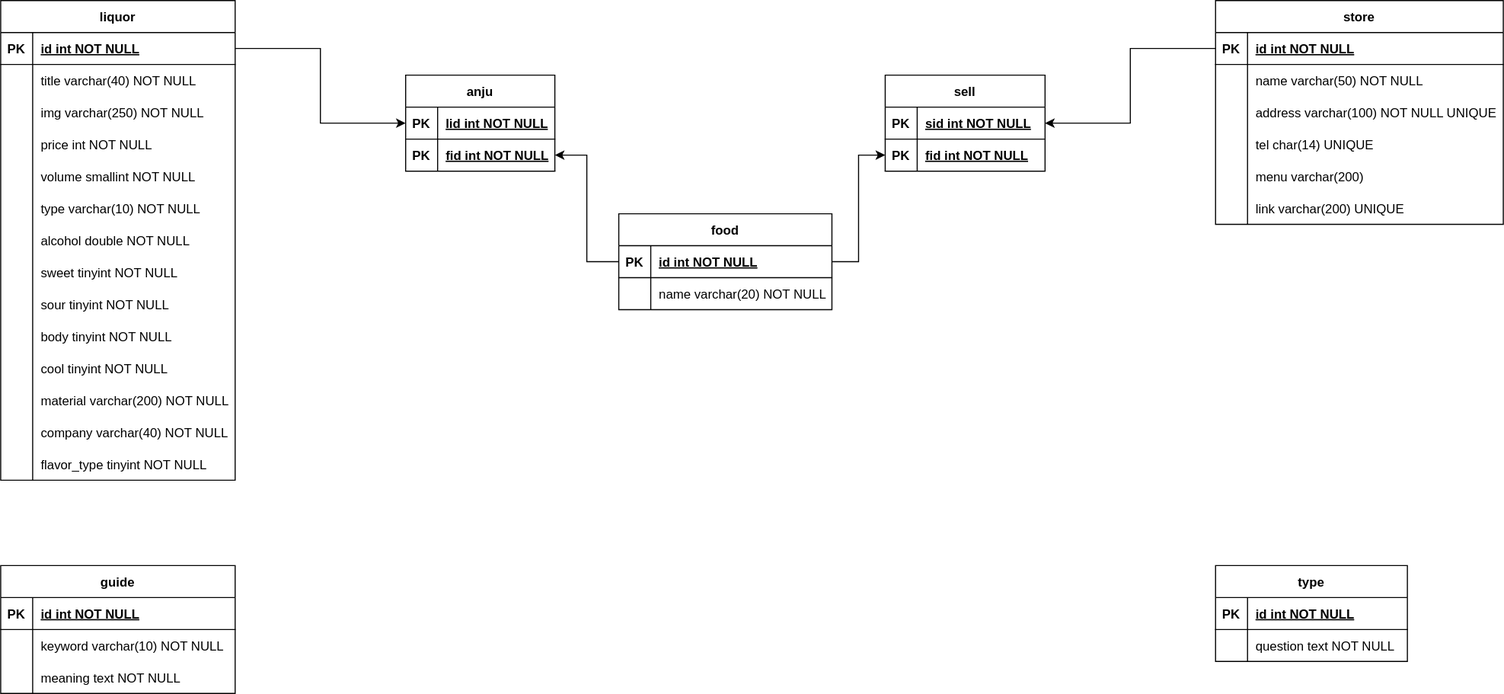
The draw.io diagram docs/data/ERD.svg in byh9811/traditional-liquor-recommendation-service, before a commit. Source tidied: cells renumbered, new cells last; positions are measured from the earlier drawing's top-left corner, leaving out a move shared by most shapes.
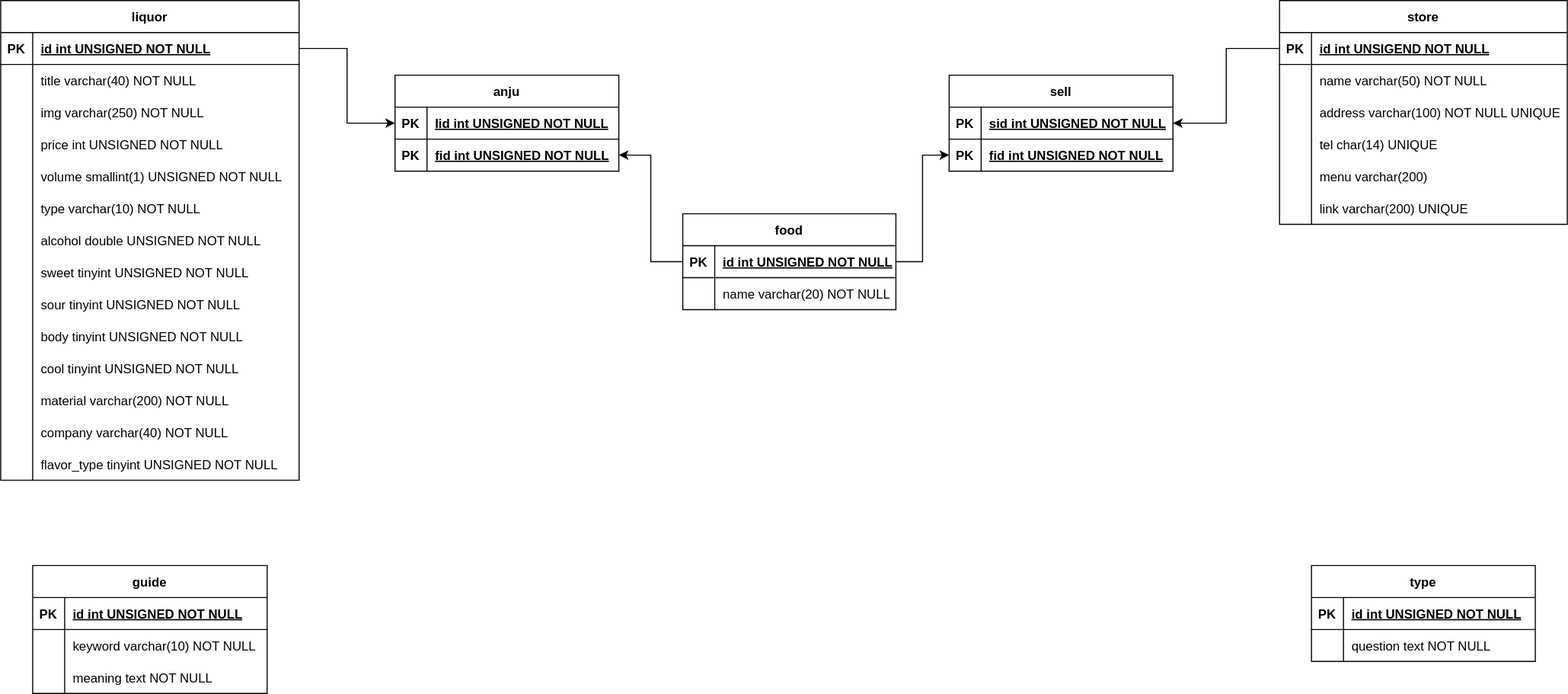
The same file after the commit.

The edit, as a diff of the source:
```diff
@@ -5,6 +5,6 @@
     <mxCell id="2" value="liquor" style="shape=table;startSize=30;rowLines=0;fontStyle=1;align=center;" parent="1" vertex="1">
-      <mxGeometry width="220" height="450" as="geometry" />
+      <mxGeometry x="-60" width="280" height="450" as="geometry" />
     </mxCell>
     <mxCell id="3" style="shape=partialRectangle;fillColor=none;points=[[0,0.5],[1,0.5]];portConstraint=eastwest;top=0;left=0;right=0;bottom=1;" parent="2" vertex="1">
-      <mxGeometry y="30" width="220" height="30" as="geometry" />
+      <mxGeometry y="30" width="280" height="30" as="geometry" />
     </mxCell>
@@ -13,7 +13,7 @@
     </mxCell>
-    <mxCell id="5" value="id int NOT NULL " style="shape=partialRectangle;overflow=hidden;fillColor=none;top=0;left=0;bottom=0;right=0;align=left;spacingLeft=6;fontStyle=5;" parent="3" vertex="1">
-      <mxGeometry x="30" width="190" height="30" as="geometry" />
+    <mxCell id="5" value="id int UNSIGNED NOT NULL " style="shape=partialRectangle;overflow=hidden;fillColor=none;top=0;left=0;bottom=0;right=0;align=left;spacingLeft=6;fontStyle=5;" parent="3" vertex="1">
+      <mxGeometry x="30" width="250" height="30" as="geometry" />
     </mxCell>
     <mxCell id="6" style="shape=partialRectangle;fillColor=none;top=0;left=0;right=0;bottom=0;" parent="2" vertex="1">
-      <mxGeometry y="60" width="220" height="30" as="geometry" />
+      <mxGeometry y="60" width="280" height="30" as="geometry" />
     </mxCell>
@@ -23,6 +23,6 @@
     <mxCell id="8" value="title varchar(40) NOT NULL" style="shape=partialRectangle;overflow=hidden;fillColor=none;top=0;left=0;bottom=0;right=0;align=left;spacingLeft=6;" parent="6" vertex="1">
-      <mxGeometry x="30" width="190" height="30" as="geometry" />
+      <mxGeometry x="30" width="250" height="30" as="geometry" />
     </mxCell>
     <mxCell id="9" style="shape=partialRectangle;fillColor=none;top=0;left=0;right=0;bottom=0;" parent="2" vertex="1">
-      <mxGeometry y="90" width="220" height="30" as="geometry" />
+      <mxGeometry y="90" width="280" height="30" as="geometry" />
     </mxCell>
@@ -32,6 +32,6 @@
     <mxCell id="11" value="img varchar(250) NOT NULL" style="shape=partialRectangle;overflow=hidden;fillColor=none;top=0;left=0;bottom=0;right=0;align=left;spacingLeft=6;" parent="9" vertex="1">
-      <mxGeometry x="30" width="190" height="30" as="geometry" />
+      <mxGeometry x="30" width="250" height="30" as="geometry" />
     </mxCell>
     <mxCell id="12" style="shape=partialRectangle;fillColor=none;top=0;left=0;right=0;bottom=0;" parent="2" vertex="1">
-      <mxGeometry y="120" width="220" height="30" as="geometry" />
+      <mxGeometry y="120" width="280" height="30" as="geometry" />
     </mxCell>
@@ -40,7 +40,7 @@
     </mxCell>
-    <mxCell id="14" value="price int NOT NULL" style="shape=partialRectangle;overflow=hidden;fillColor=none;top=0;left=0;bottom=0;right=0;align=left;spacingLeft=6;" parent="12" vertex="1">
-      <mxGeometry x="30" width="190" height="30" as="geometry" />
+    <mxCell id="14" value="price int UNSIGNED NOT NULL" style="shape=partialRectangle;overflow=hidden;fillColor=none;top=0;left=0;bottom=0;right=0;align=left;spacingLeft=6;" parent="12" vertex="1">
+      <mxGeometry x="30" width="250" height="30" as="geometry" />
     </mxCell>
     <mxCell id="15" style="shape=partialRectangle;fillColor=none;top=0;left=0;right=0;bottom=0;" parent="2" vertex="1">
-      <mxGeometry y="150" width="220" height="30" as="geometry" />
+      <mxGeometry y="150" width="280" height="30" as="geometry" />
     </mxCell>
@@ -49,7 +49,7 @@
     </mxCell>
-    <mxCell id="17" value="volume smallint NOT NULL" style="shape=partialRectangle;overflow=hidden;fillColor=none;top=0;left=0;bottom=0;right=0;align=left;spacingLeft=6;" parent="15" vertex="1">
-      <mxGeometry x="30" width="190" height="30" as="geometry" />
+    <mxCell id="17" value="volume smallint(1) UNSIGNED NOT NULL" style="shape=partialRectangle;overflow=hidden;fillColor=none;top=0;left=0;bottom=0;right=0;align=left;spacingLeft=6;" parent="15" vertex="1">
+      <mxGeometry x="30" width="250" height="30" as="geometry" />
     </mxCell>
     <mxCell id="18" style="shape=partialRectangle;fillColor=none;top=0;left=0;right=0;bottom=0;" parent="2" vertex="1">
-      <mxGeometry y="180" width="220" height="30" as="geometry" />
+      <mxGeometry y="180" width="280" height="30" as="geometry" />
     </mxCell>
@@ -59,6 +59,6 @@
     <mxCell id="20" value="type varchar(10) NOT NULL" style="shape=partialRectangle;overflow=hidden;fillColor=none;top=0;left=0;bottom=0;right=0;align=left;spacingLeft=6;" parent="18" vertex="1">
-      <mxGeometry x="30" width="190" height="30" as="geometry" />
+      <mxGeometry x="30" width="250" height="30" as="geometry" />
     </mxCell>
     <mxCell id="21" style="shape=partialRectangle;fillColor=none;top=0;left=0;right=0;bottom=0;" parent="2" vertex="1">
-      <mxGeometry y="210" width="220" height="30" as="geometry" />
+      <mxGeometry y="210" width="280" height="30" as="geometry" />
     </mxCell>
@@ -67,7 +67,7 @@
     </mxCell>
-    <mxCell id="23" value="alcohol double NOT NULL" style="shape=partialRectangle;overflow=hidden;fillColor=none;top=0;left=0;bottom=0;right=0;align=left;spacingLeft=6;" parent="21" vertex="1">
-      <mxGeometry x="30" width="190" height="30" as="geometry" />
+    <mxCell id="23" value="alcohol double UNSIGNED NOT NULL" style="shape=partialRectangle;overflow=hidden;fillColor=none;top=0;left=0;bottom=0;right=0;align=left;spacingLeft=6;" parent="21" vertex="1">
+      <mxGeometry x="30" width="250" height="30" as="geometry" />
     </mxCell>
     <mxCell id="24" style="shape=partialRectangle;fillColor=none;top=0;left=0;right=0;bottom=0;" parent="2" vertex="1">
-      <mxGeometry y="240" width="220" height="30" as="geometry" />
+      <mxGeometry y="240" width="280" height="30" as="geometry" />
     </mxCell>
@@ -76,7 +76,7 @@
     </mxCell>
-    <mxCell id="26" value="sweet tinyint NOT NULL" style="shape=partialRectangle;overflow=hidden;fillColor=none;top=0;left=0;bottom=0;right=0;align=left;spacingLeft=6;" parent="24" vertex="1">
-      <mxGeometry x="30" width="190" height="30" as="geometry" />
+    <mxCell id="26" value="sweet tinyint UNSIGNED NOT NULL" style="shape=partialRectangle;overflow=hidden;fillColor=none;top=0;left=0;bottom=0;right=0;align=left;spacingLeft=6;" parent="24" vertex="1">
+      <mxGeometry x="30" width="250" height="30" as="geometry" />
     </mxCell>
     <mxCell id="27" style="shape=partialRectangle;fillColor=none;top=0;left=0;right=0;bottom=0;" parent="2" vertex="1">
-      <mxGeometry y="270" width="220" height="30" as="geometry" />
+      <mxGeometry y="270" width="280" height="30" as="geometry" />
     </mxCell>
@@ -85,7 +85,7 @@
     </mxCell>
-    <mxCell id="29" value="sour tinyint NOT NULL" style="shape=partialRectangle;overflow=hidden;fillColor=none;top=0;left=0;bottom=0;right=0;align=left;spacingLeft=6;" parent="27" vertex="1">
-      <mxGeometry x="30" width="190" height="30" as="geometry" />
+    <mxCell id="29" value="sour tinyint UNSIGNED NOT NULL" style="shape=partialRectangle;overflow=hidden;fillColor=none;top=0;left=0;bottom=0;right=0;align=left;spacingLeft=6;" parent="27" vertex="1">
+      <mxGeometry x="30" width="250" height="30" as="geometry" />
     </mxCell>
     <mxCell id="30" style="shape=partialRectangle;fillColor=none;top=0;left=0;right=0;bottom=0;" parent="2" vertex="1">
-      <mxGeometry y="300" width="220" height="30" as="geometry" />
+      <mxGeometry y="300" width="280" height="30" as="geometry" />
     </mxCell>
@@ -94,7 +94,7 @@
     </mxCell>
-    <mxCell id="32" value="body tinyint NOT NULL" style="shape=partialRectangle;overflow=hidden;fillColor=none;top=0;left=0;bottom=0;right=0;align=left;spacingLeft=6;" parent="30" vertex="1">
-      <mxGeometry x="30" width="190" height="30" as="geometry" />
+    <mxCell id="32" value="body tinyint UNSIGNED NOT NULL" style="shape=partialRectangle;overflow=hidden;fillColor=none;top=0;left=0;bottom=0;right=0;align=left;spacingLeft=6;" parent="30" vertex="1">
+      <mxGeometry x="30" width="250" height="30" as="geometry" />
     </mxCell>
     <mxCell id="33" style="shape=partialRectangle;fillColor=none;top=0;left=0;right=0;bottom=0;" parent="2" vertex="1">
-      <mxGeometry y="330" width="220" height="30" as="geometry" />
+      <mxGeometry y="330" width="280" height="30" as="geometry" />
     </mxCell>
@@ -103,7 +103,7 @@
     </mxCell>
-    <mxCell id="35" value="cool tinyint NOT NULL" style="shape=partialRectangle;overflow=hidden;fillColor=none;top=0;left=0;bottom=0;right=0;align=left;spacingLeft=6;" parent="33" vertex="1">
-      <mxGeometry x="30" width="190" height="30" as="geometry" />
+    <mxCell id="35" value="cool tinyint UNSIGNED NOT NULL" style="shape=partialRectangle;overflow=hidden;fillColor=none;top=0;left=0;bottom=0;right=0;align=left;spacingLeft=6;" parent="33" vertex="1">
+      <mxGeometry x="30" width="250" height="30" as="geometry" />
     </mxCell>
     <mxCell id="36" style="shape=partialRectangle;fillColor=none;top=0;left=0;right=0;bottom=0;" parent="2" vertex="1">
-      <mxGeometry y="360" width="220" height="30" as="geometry" />
+      <mxGeometry y="360" width="280" height="30" as="geometry" />
     </mxCell>
@@ -113,6 +113,6 @@
     <mxCell id="38" value="material varchar(200) NOT NULL" style="shape=partialRectangle;overflow=hidden;fillColor=none;top=0;left=0;bottom=0;right=0;align=left;spacingLeft=6;" parent="36" vertex="1">
-      <mxGeometry x="30" width="190" height="30" as="geometry" />
+      <mxGeometry x="30" width="250" height="30" as="geometry" />
     </mxCell>
     <mxCell id="39" style="shape=partialRectangle;fillColor=none;top=0;left=0;right=0;bottom=0;" parent="2" vertex="1">
-      <mxGeometry y="390" width="220" height="30" as="geometry" />
+      <mxGeometry y="390" width="280" height="30" as="geometry" />
     </mxCell>
@@ -122,6 +122,6 @@
     <mxCell id="41" value="company varchar(40) NOT NULL" style="shape=partialRectangle;overflow=hidden;fillColor=none;top=0;left=0;bottom=0;right=0;align=left;spacingLeft=6;" parent="39" vertex="1">
-      <mxGeometry x="30" width="190" height="30" as="geometry" />
+      <mxGeometry x="30" width="250" height="30" as="geometry" />
     </mxCell>
     <mxCell id="42" style="shape=partialRectangle;fillColor=none;top=0;left=0;right=0;bottom=0;" parent="2" vertex="1">
-      <mxGeometry y="420" width="220" height="30" as="geometry" />
+      <mxGeometry y="420" width="280" height="30" as="geometry" />
     </mxCell>
@@ -130,7 +130,7 @@
     </mxCell>
-    <mxCell id="44" value="flavor_type tinyint NOT NULL" style="shape=partialRectangle;overflow=hidden;fillColor=none;top=0;left=0;bottom=0;right=0;align=left;spacingLeft=6;" parent="42" vertex="1">
-      <mxGeometry x="30" width="190" height="30" as="geometry" />
+    <mxCell id="44" value="flavor_type tinyint UNSIGNED NOT NULL" style="shape=partialRectangle;overflow=hidden;fillColor=none;top=0;left=0;bottom=0;right=0;align=left;spacingLeft=6;" parent="42" vertex="1">
+      <mxGeometry x="30" width="250" height="30" as="geometry" />
     </mxCell>
     <mxCell id="45" value="guide" style="shape=table;startSize=30;rowLines=0;fontStyle=1;align=center;" parent="1" vertex="1">
-      <mxGeometry y="530" width="220" height="120" as="geometry" />
+      <mxGeometry x="-30" y="530" width="220" height="120" as="geometry" />
     </mxCell>
@@ -142,3 +142,3 @@
     </mxCell>
-    <mxCell id="48" value="id int NOT NULL " style="shape=partialRectangle;overflow=hidden;fillColor=none;top=0;left=0;bottom=0;right=0;align=left;spacingLeft=6;fontStyle=5;" parent="46" vertex="1">
+    <mxCell id="48" value="id int UNSIGNED NOT NULL " style="shape=partialRectangle;overflow=hidden;fillColor=none;top=0;left=0;bottom=0;right=0;align=left;spacingLeft=6;fontStyle=5;" parent="46" vertex="1">
       <mxGeometry x="30" width="190" height="30" as="geometry" />
@@ -172,3 +172,3 @@
     </mxCell>
-    <mxCell id="58" value="id int NOT NULL " style="shape=partialRectangle;overflow=hidden;fillColor=none;top=0;left=0;bottom=0;right=0;align=left;spacingLeft=6;fontStyle=5;" parent="56" vertex="1">
+    <mxCell id="58" value="id int UNSIGEND NOT NULL " style="shape=partialRectangle;overflow=hidden;fillColor=none;top=0;left=0;bottom=0;right=0;align=left;spacingLeft=6;fontStyle=5;" parent="56" vertex="1">
       <mxGeometry x="30" width="240" height="30" as="geometry" />
@@ -221,6 +221,6 @@
     <mxCell id="74" value="type" style="shape=table;startSize=30;rowLines=0;fontStyle=1;align=center;" parent="1" vertex="1">
-      <mxGeometry x="1140" y="530" width="180" height="90" as="geometry" />
+      <mxGeometry x="1170" y="530" width="210" height="90" as="geometry" />
     </mxCell>
     <mxCell id="75" style="shape=partialRectangle;fillColor=none;top=0;left=0;right=0;bottom=1;" parent="74" vertex="1">
-      <mxGeometry y="30" width="180" height="30" as="geometry" />
+      <mxGeometry y="30" width="210" height="30" as="geometry" />
     </mxCell>
@@ -229,7 +229,7 @@
     </mxCell>
-    <mxCell id="77" value="id int NOT NULL " style="shape=partialRectangle;overflow=hidden;fillColor=none;top=0;left=0;bottom=0;right=0;align=left;spacingLeft=6;fontStyle=5;" parent="75" vertex="1">
-      <mxGeometry x="30" width="150" height="30" as="geometry" />
+    <mxCell id="77" value="id int UNSIGNED NOT NULL " style="shape=partialRectangle;overflow=hidden;fillColor=none;top=0;left=0;bottom=0;right=0;align=left;spacingLeft=6;fontStyle=5;" parent="75" vertex="1">
+      <mxGeometry x="30" width="180" height="30" as="geometry" />
     </mxCell>
     <mxCell id="78" style="shape=partialRectangle;fillColor=none;top=0;left=0;right=0;bottom=0;" parent="74" vertex="1">
-      <mxGeometry y="60" width="180" height="30" as="geometry" />
+      <mxGeometry y="60" width="210" height="30" as="geometry" />
     </mxCell>
@@ -239,3 +239,3 @@
     <mxCell id="80" value="question text NOT NULL" style="shape=partialRectangle;overflow=hidden;fillColor=none;top=0;left=0;bottom=0;right=0;align=left;spacingLeft=6;" parent="78" vertex="1">
-      <mxGeometry x="30" width="150" height="30" as="geometry" />
+      <mxGeometry x="30" width="180" height="30" as="geometry" />
     </mxCell>
@@ -250,3 +250,3 @@
     </mxCell>
-    <mxCell id="84" value="id int NOT NULL " style="shape=partialRectangle;overflow=hidden;fillColor=none;top=0;left=0;bottom=0;right=0;align=left;spacingLeft=6;fontStyle=5;" parent="82" vertex="1">
+    <mxCell id="84" value="id int UNSIGNED NOT NULL " style="shape=partialRectangle;overflow=hidden;fillColor=none;top=0;left=0;bottom=0;right=0;align=left;spacingLeft=6;fontStyle=5;" parent="82" vertex="1">
       <mxGeometry x="30" width="170" height="30" as="geometry" />
@@ -263,6 +263,6 @@
     <mxCell id="88" value="anju" style="shape=table;startSize=30;rowLines=0;fontStyle=1;align=center;" parent="1" vertex="1">
-      <mxGeometry x="380" y="70" width="140" height="90" as="geometry" />
+      <mxGeometry x="310" y="70" width="210" height="90" as="geometry" />
     </mxCell>
     <mxCell id="89" style="shape=partialRectangle;fillColor=none;points=[[0,0.5],[1,0.5]];portConstraint=eastwest;top=0;left=0;right=0;bottom=1;" parent="88" vertex="1">
-      <mxGeometry y="30" width="140" height="30" as="geometry" />
+      <mxGeometry y="30" width="210" height="30" as="geometry" />
     </mxCell>
@@ -271,7 +271,7 @@
     </mxCell>
-    <mxCell id="91" value="lid int NOT NULL " style="shape=partialRectangle;overflow=hidden;fillColor=none;top=0;left=0;bottom=0;right=0;align=left;spacingLeft=6;fontStyle=5;" parent="89" vertex="1">
-      <mxGeometry x="30" width="110" height="30" as="geometry" />
+    <mxCell id="91" value="lid int UNSIGNED NOT NULL " style="shape=partialRectangle;overflow=hidden;fillColor=none;top=0;left=0;bottom=0;right=0;align=left;spacingLeft=6;fontStyle=5;" parent="89" vertex="1">
+      <mxGeometry x="30" width="180" height="30" as="geometry" />
     </mxCell>
     <mxCell id="92" style="shape=partialRectangle;fillColor=none;points=[[0,0.5],[1,0.5]];portConstraint=eastwest;top=0;left=0;right=0;bottom=1;" parent="88" vertex="1">
-      <mxGeometry y="60" width="140" height="30" as="geometry" />
+      <mxGeometry y="60" width="210" height="30" as="geometry" />
     </mxCell>
@@ -280,10 +280,10 @@
     </mxCell>
-    <mxCell id="94" value="fid int NOT NULL " style="shape=partialRectangle;overflow=hidden;fillColor=none;top=0;left=0;bottom=0;right=0;align=left;spacingLeft=6;fontStyle=5;" parent="92" vertex="1">
-      <mxGeometry x="30" width="110" height="30" as="geometry" />
+    <mxCell id="94" value="fid int UNSIGNED NOT NULL " style="shape=partialRectangle;overflow=hidden;fillColor=none;top=0;left=0;bottom=0;right=0;align=left;spacingLeft=6;fontStyle=5;" parent="92" vertex="1">
+      <mxGeometry x="30" width="180" height="30" as="geometry" />
     </mxCell>
     <mxCell id="95" value="sell" style="shape=table;startSize=30;rowLines=0;fontStyle=1;align=center;" parent="1" vertex="1">
-      <mxGeometry x="830" y="70" width="150" height="90" as="geometry" />
+      <mxGeometry x="830" y="70" width="210" height="90" as="geometry" />
     </mxCell>
     <mxCell id="96" style="shape=partialRectangle;fillColor=none;top=0;left=0;right=0;bottom=1;" parent="95" vertex="1">
-      <mxGeometry y="30" width="150" height="30" as="geometry" />
+      <mxGeometry y="30" width="210" height="30" as="geometry" />
     </mxCell>
@@ -292,7 +292,7 @@
     </mxCell>
-    <mxCell id="98" value="sid int NOT NULL " style="shape=partialRectangle;overflow=hidden;fillColor=none;top=0;left=0;bottom=0;right=0;align=left;spacingLeft=6;fontStyle=5;" parent="96" vertex="1">
-      <mxGeometry x="30" width="120" height="30" as="geometry" />
+    <mxCell id="98" value="sid int UNSIGNED NOT NULL " style="shape=partialRectangle;overflow=hidden;fillColor=none;top=0;left=0;bottom=0;right=0;align=left;spacingLeft=6;fontStyle=5;" parent="96" vertex="1">
+      <mxGeometry x="30" width="180" height="30" as="geometry" />
     </mxCell>
     <mxCell id="99" style="shape=partialRectangle;fillColor=none;points=[[0,0.5],[1,0.5]];portConstraint=eastwest;top=0;left=0;right=0;bottom=1;" parent="95" vertex="1">
-      <mxGeometry y="60" width="150" height="30" as="geometry" />
+      <mxGeometry y="60" width="210" height="30" as="geometry" />
     </mxCell>
@@ -301,4 +301,4 @@
     </mxCell>
-    <mxCell id="101" value="fid int NOT NULL " style="shape=partialRectangle;overflow=hidden;fillColor=none;top=0;left=0;bottom=0;right=0;align=left;spacingLeft=6;fontStyle=5;" parent="99" vertex="1">
-      <mxGeometry x="30" width="120" height="30" as="geometry" />
+    <mxCell id="101" value="fid int UNSIGNED NOT NULL " style="shape=partialRectangle;overflow=hidden;fillColor=none;top=0;left=0;bottom=0;right=0;align=left;spacingLeft=6;fontStyle=5;" parent="99" vertex="1">
+      <mxGeometry x="30" width="180" height="30" as="geometry" />
     </mxCell>
```
